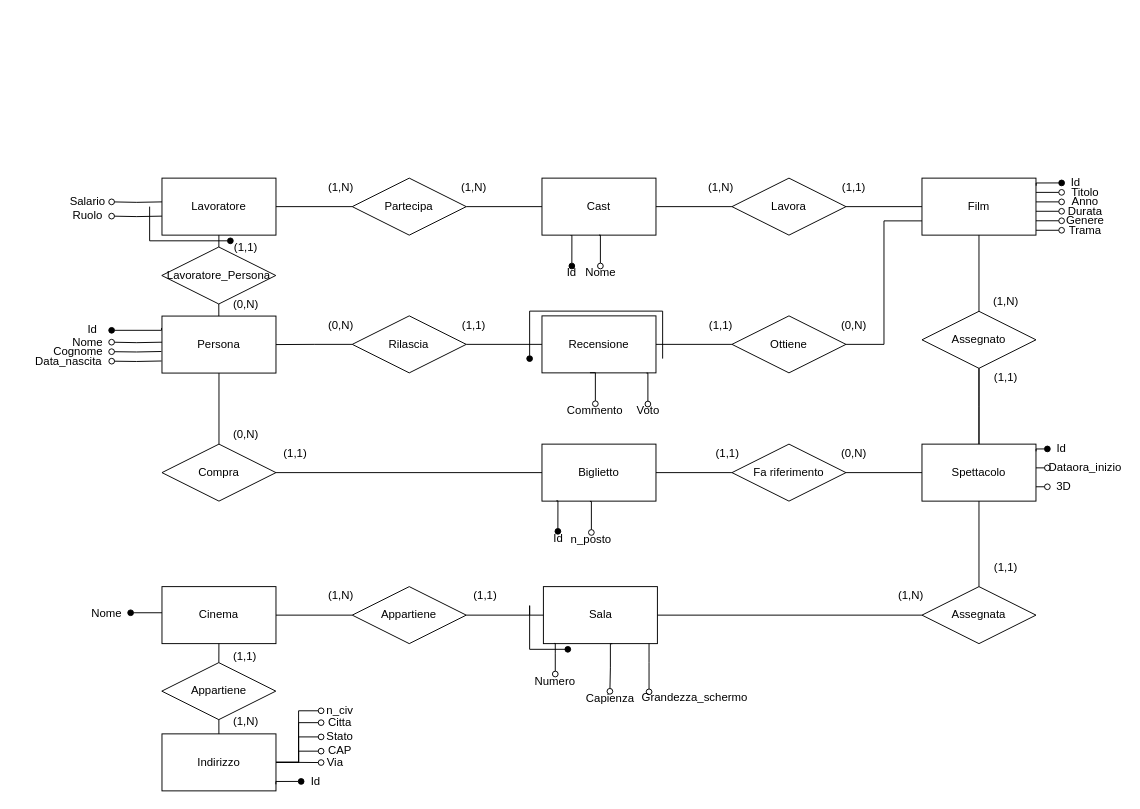
Earlier version of the draw.io diagram SchemaER_Rev.drawio (ToldoDM/UDBP). Source tidied: cells renumbered, new cells numbered last; positions are measured from the earlier drawing's top-left corner, leaving out a move shared by most shapes. Both pictures are drawn from the tidied source at 95%, with x=0, y=0 at pixel (16, 16).
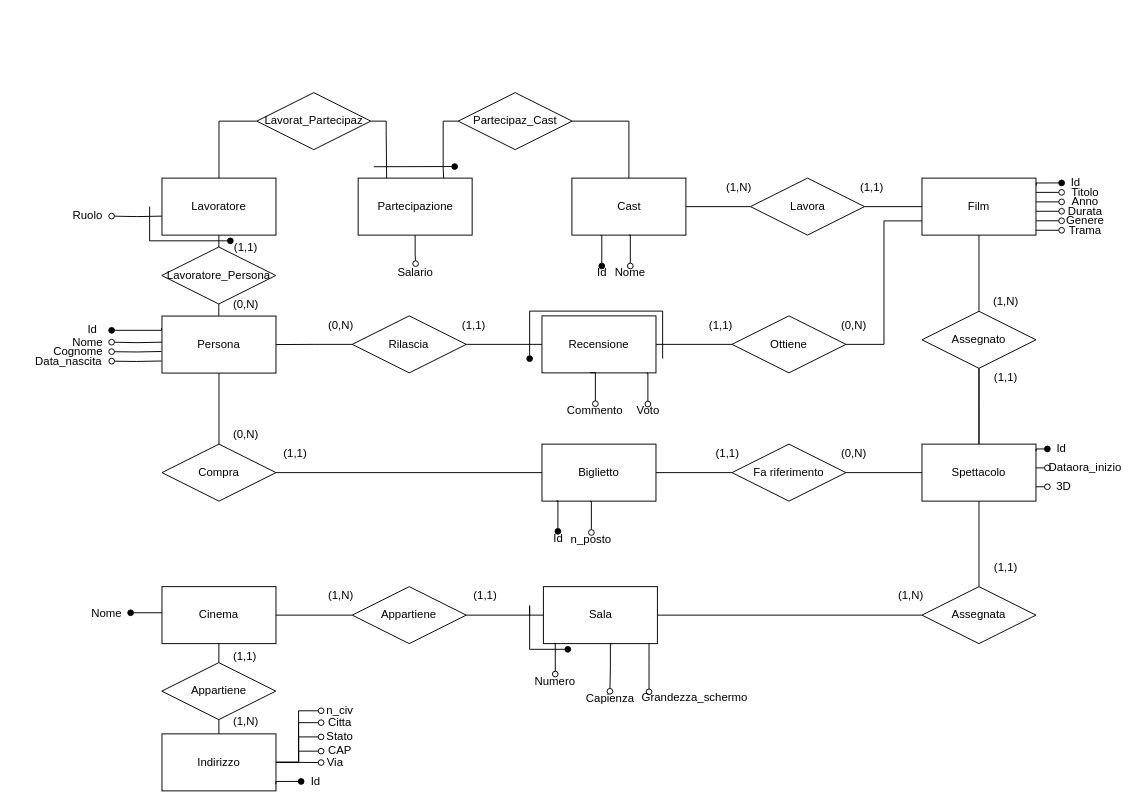
The same page after the edit.

Commit message (it also covers changes not shown here):
Aggiornati schema er

The change refers to these unchanged cells:
```xml
<mxCell id="30" value="Lavoratore" style="rounded=0;whiteSpace=wrap;html=1;" parent="1" vertex="1">
  <mxGeometry x="153" y="170" width="120" height="60" as="geometry" />
</mxCell>
```

What changed in the source:
```diff
@@
     <mxCell id="16" value="Lavora" style="rhombus;whiteSpace=wrap;html=1;" parent="1" vertex="1">
-      <mxGeometry x="753" y="170" width="120" height="60" as="geometry" />
+      <mxGeometry x="772.5" y="170" width="120" height="60" as="geometry" />
     </mxCell>
     <mxCell id="17" style="edgeStyle=orthogonalEdgeStyle;rounded=0;jettySize=auto;html=1;exitX=0.25;exitY=1;exitDx=0;exitDy=0;endArrow=oval;endFill=1;entryX=0.5;entryY=0;entryDx=0;entryDy=0;" parent="1" edge="1" source="18" target="37">
       <mxGeometry relative="1" as="geometry">
         <Array as="points">
-          <mxPoint x="584" y="230" />
+          <mxPoint x="615.5" y="230" />
         </Array>
       </mxGeometry>
     </mxCell>
     <mxCell id="18" value="Cast" style="rounded=0;whiteSpace=wrap;html=1;" parent="1" vertex="1">
-      <mxGeometry x="553" y="170" width="120" height="60" as="geometry" />
+      <mxGeometry x="584.5" y="170" width="120" height="60" as="geometry" />
     </mxCell>
@@
-    <mxCell id="27" style="edgeStyle=orthogonalEdgeStyle;rounded=0;jettySize=auto;html=1;exitX=0;exitY=0.5;exitDx=0;exitDy=0;entryX=1;entryY=0.5;entryDx=0;entryDy=0;endArrow=none;endFill=0;" parent="1" edge="1" source="29" target="30">
-      <mxGeometry relative="1" as="geometry" />
-    </mxCell>
-    <mxCell id="28" style="edgeStyle=orthogonalEdgeStyle;rounded=0;jettySize=auto;html=1;exitX=1;exitY=0.5;exitDx=0;exitDy=0;endArrow=none;endFill=0;" parent="1" edge="1" source="29" target="18">
+    <mxCell id="28" style="edgeStyle=orthogonalEdgeStyle;rounded=0;jettySize=auto;html=1;endArrow=none;endFill=0;exitX=1;exitY=0.5;exitDx=0;exitDy=0;" parent="1" edge="1" source="135" target="18">
       <mxGeometry relative="1" as="geometry" />
     </mxCell>
-    <mxCell id="29" value="Partecipa" style="rhombus;whiteSpace=wrap;html=1;" parent="1" vertex="1">
-      <mxGeometry x="353.3" y="170" width="120" height="60" as="geometry" />
-    </mxCell>
@@
     <mxCell id="37" value="Id" style="text;html=1;strokeColor=none;fillColor=none;align=center;verticalAlign=middle;whiteSpace=wrap;rounded=0;" parent="1" vertex="1">
-      <mxGeometry x="569.2" y="262.5" width="30.5" height="15" as="geometry" />
+      <mxGeometry x="600.7" y="262.5" width="30.5" height="15" as="geometry" />
     </mxCell>
@@
     <mxCell id="42" value="(1,N)" style="text;html=1;align=center;verticalAlign=middle;" parent="1" vertex="1">
-      <mxGeometry x="720.5" y="170" width="40" height="20" as="geometry" />
+      <mxGeometry x="740" y="170" width="40" height="20" as="geometry" />
     </mxCell>
     <mxCell id="43" value="(1,1)" style="text;html=1;align=center;verticalAlign=middle;" parent="1" vertex="1">
-      <mxGeometry x="860.5" y="170" width="40" height="20" as="geometry" />
+      <mxGeometry x="880" y="170" width="40" height="20" as="geometry" />
     </mxCell>
@@
-    <mxCell id="50" value="(1,N)" style="text;html=1;align=center;verticalAlign=middle;" parent="1" vertex="1">
-      <mxGeometry x="320.5" y="170" width="40" height="20" as="geometry" />
-    </mxCell>
-    <mxCell id="51" value="(1,N)" style="text;html=1;align=center;verticalAlign=middle;" parent="1" vertex="1">
-      <mxGeometry x="460.5" y="170" width="40" height="20" as="geometry" />
-    </mxCell>
@@
     <mxCell id="68" value="Nome" style="text;html=1;strokeColor=none;fillColor=none;align=center;verticalAlign=middle;whiteSpace=wrap;rounded=0;" parent="1" vertex="1">
-      <mxGeometry x="589.5" y="262.5" width="50" height="15" as="geometry" />
+      <mxGeometry x="621" y="262.5" width="50" height="15" as="geometry" />
     </mxCell>
-    <mxCell id="69" style="edgeStyle=orthogonalEdgeStyle;rounded=0;jettySize=auto;html=1;exitX=0;exitY=0.5;exitDx=0;exitDy=0;endArrow=oval;endFill=0;entryX=1;entryY=0.5;entryDx=0;entryDy=0;" parent="1" edge="1" target="70">
-      <mxGeometry relative="1" as="geometry">
-        <mxPoint x="153" y="195" as="sourcePoint" />
-      </mxGeometry>
+    <mxCell id="69" style="edgeStyle=orthogonalEdgeStyle;rounded=0;jettySize=auto;html=1;endArrow=oval;endFill=0;" parent="1" edge="1" source="134" target="70">
+      <mxGeometry relative="1" as="geometry" />
     </mxCell>
     <mxCell id="70" value="Salario" style="text;html=1;strokeColor=none;fillColor=none;align=center;verticalAlign=middle;whiteSpace=wrap;rounded=0;" parent="1" vertex="1">
-      <mxGeometry x="50" y="190" width="50" height="10" as="geometry" />
+      <mxGeometry x="395" y="260" width="50" height="20" as="geometry" />
     </mxCell>
@@
+    <mxCell id="134" value="Partecipazione" style="rounded=0;whiteSpace=wrap;html=1;" parent="1" vertex="1">
+      <mxGeometry x="359.5" y="170" width="120" height="60" as="geometry" />
+    </mxCell>
+    <mxCell id="135" value="Partecipaz_Cast" style="rhombus;whiteSpace=wrap;html=1;" parent="1" vertex="1">
+      <mxGeometry x="464.8" y="80" width="120" height="60" as="geometry" />
+    </mxCell>
+    <mxCell id="136" value="Lavorat_Partecipaz" style="rhombus;whiteSpace=wrap;html=1;" parent="1" vertex="1">
+      <mxGeometry x="252.8" y="80" width="120" height="60" as="geometry" />
+    </mxCell>
+    <mxCell id="137" style="edgeStyle=orthogonalEdgeStyle;rounded=0;jettySize=auto;html=1;endArrow=none;endFill=0;exitX=0;exitY=0.5;exitDx=0;exitDy=0;entryX=0.75;entryY=0;entryDx=0;entryDy=0;" parent="1" edge="1" source="135" target="134">
+      <mxGeometry relative="1" as="geometry">
+        <Array as="points">
+          <mxPoint x="449" y="110" />
+          <mxPoint x="449" y="160" />
+        </Array>
+      </mxGeometry>
+    </mxCell>
+    <mxCell id="138" style="edgeStyle=orthogonalEdgeStyle;rounded=0;jettySize=auto;html=1;endArrow=none;endFill=0;exitX=1;exitY=0.5;exitDx=0;exitDy=0;entryX=0.25;entryY=0;entryDx=0;entryDy=0;" parent="1" edge="1" source="136" target="134">
+      <mxGeometry relative="1" as="geometry">
+        <Array as="points">
+          <mxPoint x="389" y="110" />
+          <mxPoint x="389" y="120" />
+        </Array>
+      </mxGeometry>
+    </mxCell>
+    <mxCell id="139" style="edgeStyle=orthogonalEdgeStyle;rounded=0;jettySize=auto;html=1;endArrow=none;endFill=0;exitX=0;exitY=0.5;exitDx=0;exitDy=0;" parent="1" edge="1" source="136" target="30">
+      <mxGeometry relative="1" as="geometry" />
+    </mxCell>
+    <mxCell id="140" style="edgeStyle=orthogonalEdgeStyle;rounded=0;orthogonalLoop=1;jettySize=auto;html=1;endArrow=oval;endFill=1;" parent="1" edge="1">
+      <mxGeometry relative="1" as="geometry">
+        <mxPoint x="376" y="158" as="sourcePoint" />
+        <mxPoint x="461.1" y="157.8" as="targetPoint" />
+        <Array as="points">
+          <mxPoint x="376" y="157.5" />
+        </Array>
+      </mxGeometry>
+    </mxCell>
```
